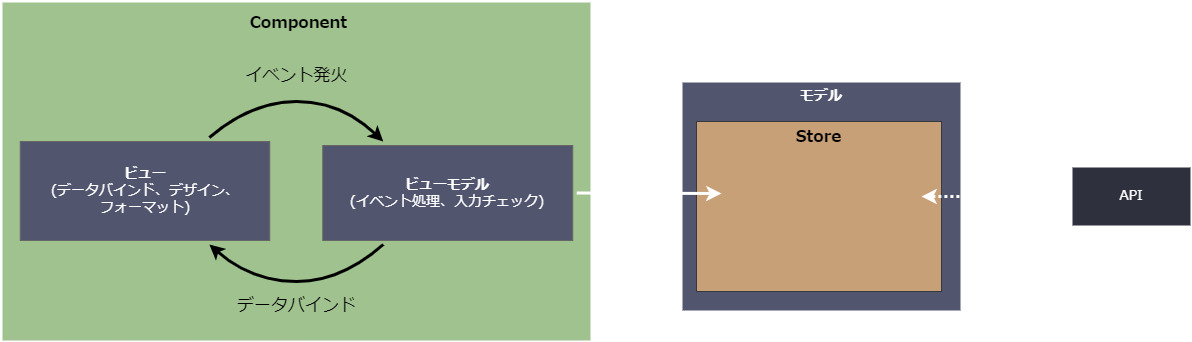
The draw.io diagram documents/contents/images/app-architecture/client-side-rendering/view&viewmodel-component-dark.png in AlesInfiny/maia, before a commit. Source tidied: cells renumbered, new cells last; positions are measured from the earlier drawing's top-left corner, leaving out a move shared by most shapes. Source of this version:
```xml
<mxGraphModel>
  <root>
    <mxCell id="0" />
    <mxCell id="1" parent="0" />
    <mxCell id="2" value="モデル" style="rounded=0;whiteSpace=wrap;html=1;fillColor=#51556E;fontColor=#FFFFFF;strokeColor=#FFFFFF;fontStyle=1;verticalAlign=top;fontSize=14;strokeWidth=2;fontFamily=Noto Sans JP;fontSource=https%3A%2F%2Ffonts.googleapis.com%2Fcss%3Ffamily%3DNoto%2BSans%2BJP;" parent="1" vertex="1">
      <mxGeometry x="680" y="80" width="280" height="230" as="geometry" />
    </mxCell>
    <mxCell id="3" value="&lt;b&gt;Store&lt;/b&gt;" style="rounded=0;whiteSpace=wrap;html=1;fontSize=16;verticalAlign=top;fillColor=#C7A078;strokeColor=#36393d;fontFamily=Noto Sans JP;fontSource=https%3A%2F%2Ffonts.googleapis.com%2Fcss%3Ffamily%3DNoto%2BSans%2BJP;labelBackgroundColor=none;fontColor=#000000;" parent="1" vertex="1">
      <mxGeometry x="695" y="120" width="245" height="170" as="geometry" />
    </mxCell>
    <mxCell id="4" style="endArrow=classic;html=1;fontSize=14;fontFamily=Noto Sans JP;fontSource=https%3A%2F%2Ffonts.googleapis.com%2Fcss%3Ffamily%3DNoto%2BSans%2BJP;exitX=0;exitY=0.5;exitDx=0;exitDy=0;startArrow=classic;startFill=1;dashed=1;strokeWidth=3;dashPattern=1 1;strokeColor=#FFFFFF;" parent="1" edge="1" source="5">
      <mxGeometry relative="1" as="geometry">
        <mxPoint x="920" y="195" as="targetPoint" />
      </mxGeometry>
    </mxCell>
    <mxCell id="5" value="API" style="rounded=0;whiteSpace=wrap;html=1;fontSize=14;fillColor=#2E303E;strokeColor=#FFFFFF;fontFamily=Noto Sans JP;fontSource=https%3A%2F%2Ffonts.googleapis.com%2Fcss%3Ffamily%3DNoto%2BSans%2BJP;fontColor=#FFFFFF;strokeWidth=2;" parent="1" vertex="1">
      <mxGeometry x="1070" y="165" width="120" height="60" as="geometry" />
    </mxCell>
    <mxCell id="6" value="Component" style="rounded=0;whiteSpace=wrap;html=1;align=center;spacingLeft=5;fillColor=#A0C28F;fontColor=#000000;strokeColor=#FFFFFF;verticalAlign=top;fontSize=16;fontFamily=Noto Sans JP;fontSource=https%3A%2F%2Ffonts.googleapis.com%2Fcss%3Ffamily%3DNoto%2BSans%2BJP;fontStyle=1;spacingTop=6;strokeWidth=2;" parent="1" vertex="1">
      <mxGeometry width="590" height="340" as="geometry" />
    </mxCell>
    <mxCell id="7" value="&lt;b&gt;ビュー&lt;/b&gt;&lt;br style=&quot;font-size: 14px&quot;&gt;(データバインド、デザイン、&lt;br&gt;フォーマット)" style="rounded=0;whiteSpace=wrap;html=1;fontSize=14;fontFamily=Noto Sans JP;fontSource=https%3A%2F%2Ffonts.googleapis.com%2Fcss%3Ffamily%3DNoto%2BSans%2BJP;perimeterSpacing=4;fillColor=#51556E;strokeColor=#666666;fontColor=#FFFFFF;" parent="1" vertex="1">
      <mxGeometry x="18.8" y="140" width="249.5" height="99" as="geometry" />
    </mxCell>
    <mxCell id="8" value="&lt;b&gt;ビューモデル&lt;/b&gt;&lt;br style=&quot;font-size: 14px&quot;&gt;(イベント処理、入力チェック)" style="rounded=0;whiteSpace=wrap;html=1;fontSize=14;fontFamily=Noto Sans JP;fontSource=https%3A%2F%2Ffonts.googleapis.com%2Fcss%3Ffamily%3DNoto%2BSans%2BJP;perimeterSpacing=4;fillColor=#51556E;fontColor=#FFFFFF;strokeColor=#666666;" parent="1" vertex="1">
      <mxGeometry x="321.2" y="144" width="250" height="95" as="geometry" />
    </mxCell>
    <mxCell id="9" style="endArrow=classic;html=1;fontSize=14;fontFamily=Noto Sans JP;fontSource=https%3A%2F%2Ffonts.googleapis.com%2Fcss%3Ffamily%3DNoto%2BSans%2BJP;exitX=1;exitY=0.5;exitDx=0;exitDy=0;strokeWidth=3;strokeColor=#FFFFFF;shadow=0;" parent="1" edge="1" source="8">
      <mxGeometry relative="1" as="geometry">
        <mxPoint x="720" y="192" as="targetPoint" />
      </mxGeometry>
    </mxCell>
    <mxCell id="10" style="curved=1;endArrow=classic;html=1;rounded=1;sketch=0;exitX=0.75;exitY=0;exitDx=0;exitDy=0;entryX=0.25;entryY=0;entryDx=0;entryDy=0;strokeWidth=3;strokeColor=#000000;labelBackgroundColor=none;fontColor=#51556E;" parent="1" edge="1" source="7" target="8">
      <mxGeometry relative="1" as="geometry">
        <Array as="points">
          <mxPoint x="250" y="100" />
          <mxPoint x="340" y="100" />
        </Array>
      </mxGeometry>
    </mxCell>
    <mxCell id="11" style="curved=1;endArrow=classic;html=1;rounded=1;sketch=0;exitX=0.25;exitY=1;exitDx=0;exitDy=0;entryX=0.75;entryY=1;entryDx=0;entryDy=0;strokeWidth=3;strokeColor=#000000;" parent="1" edge="1" source="8" target="7">
      <mxGeometry relative="1" as="geometry">
        <Array as="points">
          <mxPoint x="340" y="280" />
          <mxPoint x="250" y="280" />
        </Array>
      </mxGeometry>
    </mxCell>
    <mxCell id="12" value="イベント発火" style="text;html=1;strokeColor=none;fillColor=none;align=center;verticalAlign=middle;whiteSpace=wrap;rounded=0;fontSize=17;fontColor=#000000;" parent="1" vertex="1">
      <mxGeometry x="237.5" y="60" width="115" height="30" as="geometry" />
    </mxCell>
    <mxCell id="13" value="データバインド" style="text;html=1;strokeColor=none;fillColor=none;align=center;verticalAlign=middle;whiteSpace=wrap;rounded=0;fontSize=17;fontColor=#000000;" parent="1" vertex="1">
      <mxGeometry x="228.8" y="290" width="132.5" height="30" as="geometry" />
    </mxCell>
  </root>
</mxGraphModel>
```
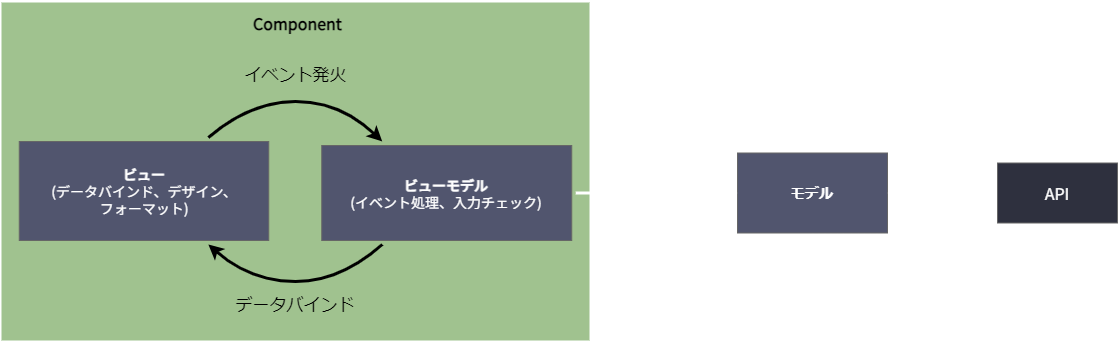
The same file after the commit.

Diff of the diagram source:
```diff
@@ -2,20 +2,6 @@
   <root>
     <mxCell id="0" />
     <mxCell id="1" parent="0" />
-    <mxCell id="2" value="モデル" style="rounded=0;whiteSpace=wrap;html=1;fillColor=#51556E;fontColor=#FFFFFF;strokeColor=#FFFFFF;fontStyle=1;verticalAlign=top;fontSize=14;strokeWidth=2;fontFamily=Noto Sans JP;fontSource=https%3A%2F%2Ffonts.googleapis.com%2Fcss%3Ffamily%3DNoto%2BSans%2BJP;" parent="1" vertex="1">
-      <mxGeometry x="680" y="80" width="280" height="230" as="geometry" />
-    </mxCell>
-    <mxCell id="3" value="&lt;b&gt;Store&lt;/b&gt;" style="rounded=0;whiteSpace=wrap;html=1;fontSize=16;verticalAlign=top;fillColor=#C7A078;strokeColor=#36393d;fontFamily=Noto Sans JP;fontSource=https%3A%2F%2Ffonts.googleapis.com%2Fcss%3Ffamily%3DNoto%2BSans%2BJP;labelBackgroundColor=none;fontColor=#000000;" parent="1" vertex="1">
-      <mxGeometry x="695" y="120" width="245" height="170" as="geometry" />
-    </mxCell>
-    <mxCell id="4" style="endArrow=classic;html=1;fontSize=14;fontFamily=Noto Sans JP;fontSource=https%3A%2F%2Ffonts.googleapis.com%2Fcss%3Ffamily%3DNoto%2BSans%2BJP;exitX=0;exitY=0.5;exitDx=0;exitDy=0;startArrow=classic;startFill=1;dashed=1;strokeWidth=3;dashPattern=1 1;strokeColor=#FFFFFF;" parent="1" edge="1" source="5">
-      <mxGeometry relative="1" as="geometry">
-        <mxPoint x="920" y="195" as="targetPoint" />
-      </mxGeometry>
-    </mxCell>
-    <mxCell id="5" value="API" style="rounded=0;whiteSpace=wrap;html=1;fontSize=14;fillColor=#2E303E;strokeColor=#FFFFFF;fontFamily=Noto Sans JP;fontSource=https%3A%2F%2Ffonts.googleapis.com%2Fcss%3Ffamily%3DNoto%2BSans%2BJP;fontColor=#FFFFFF;strokeWidth=2;" parent="1" vertex="1">
-      <mxGeometry x="1070" y="165" width="120" height="60" as="geometry" />
-    </mxCell>
     <mxCell id="6" value="Component" style="rounded=0;whiteSpace=wrap;html=1;align=center;spacingLeft=5;fillColor=#A0C28F;fontColor=#000000;strokeColor=#FFFFFF;verticalAlign=top;fontSize=16;fontFamily=Noto Sans JP;fontSource=https%3A%2F%2Ffonts.googleapis.com%2Fcss%3Ffamily%3DNoto%2BSans%2BJP;fontStyle=1;spacingTop=6;strokeWidth=2;" parent="1" vertex="1">
       <mxGeometry width="590" height="340" as="geometry" />
     </mxCell>
@@ -25,11 +11,6 @@
     <mxCell id="8" value="&lt;b&gt;ビューモデル&lt;/b&gt;&lt;br style=&quot;font-size: 14px&quot;&gt;(イベント処理、入力チェック)" style="rounded=0;whiteSpace=wrap;html=1;fontSize=14;fontFamily=Noto Sans JP;fontSource=https%3A%2F%2Ffonts.googleapis.com%2Fcss%3Ffamily%3DNoto%2BSans%2BJP;perimeterSpacing=4;fillColor=#51556E;fontColor=#FFFFFF;strokeColor=#666666;" parent="1" vertex="1">
       <mxGeometry x="321.2" y="144" width="250" height="95" as="geometry" />
     </mxCell>
-    <mxCell id="9" style="endArrow=classic;html=1;fontSize=14;fontFamily=Noto Sans JP;fontSource=https%3A%2F%2Ffonts.googleapis.com%2Fcss%3Ffamily%3DNoto%2BSans%2BJP;exitX=1;exitY=0.5;exitDx=0;exitDy=0;strokeWidth=3;strokeColor=#FFFFFF;shadow=0;" parent="1" edge="1" source="8">
-      <mxGeometry relative="1" as="geometry">
-        <mxPoint x="720" y="192" as="targetPoint" />
-      </mxGeometry>
-    </mxCell>
     <mxCell id="10" style="curved=1;endArrow=classic;html=1;rounded=1;sketch=0;exitX=0.75;exitY=0;exitDx=0;exitDy=0;entryX=0.25;entryY=0;entryDx=0;entryDy=0;strokeWidth=3;strokeColor=#000000;labelBackgroundColor=none;fontColor=#51556E;" parent="1" edge="1" source="7" target="8">
       <mxGeometry relative="1" as="geometry">
         <Array as="points">
@@ -52,5 +33,21 @@
     <mxCell id="13" value="データバインド" style="text;html=1;strokeColor=none;fillColor=none;align=center;verticalAlign=middle;whiteSpace=wrap;rounded=0;fontSize=17;fontColor=#000000;" parent="1" vertex="1">
       <mxGeometry x="228.8" y="290" width="132.5" height="30" as="geometry" />
     </mxCell>
+    <mxCell id="2" value="モデル" style="rounded=0;whiteSpace=wrap;html=1;fillColor=#51556e;fontColor=#FFFFFF;strokeColor=#666666;fontStyle=1;verticalAlign=middle;fontSize=14;" parent="1" vertex="1">
+      <mxGeometry x="737" y="151.5" width="150" height="80" as="geometry" />
+    </mxCell>
+    <mxCell id="14" style="endArrow=classic;html=1;fontSize=14;fontFamily=Noto Sans JP;fontSource=https%3A%2F%2Ffonts.googleapis.com%2Fcss%3Ffamily%3DNoto%2BSans%2BJP;exitX=0;exitY=0.5;exitDx=0;exitDy=0;startArrow=classic;startFill=1;dashed=1;strokeWidth=6;dashPattern=1 1;strokeColor=#FFFFFF;" parent="1" edge="1" source="5">
+      <mxGeometry relative="1" as="geometry">
+        <mxPoint x="887" y="191.5" as="targetPoint" />
+      </mxGeometry>
+    </mxCell>
+    <mxCell id="5" value="API" style="rounded=0;whiteSpace=wrap;html=1;fontSize=16;fillColor=#2e303e;strokeColor=#666666;fontFamily=Noto Sans JP;fontSource=https%3A%2F%2Ffonts.googleapis.com%2Fcss%3Ffamily%3DNoto%2BSans%2BJP;fontColor=#FFFFFF;" parent="1" vertex="1">
+      <mxGeometry x="997" y="161.5" width="120" height="60" as="geometry" />
+    </mxCell>
+    <mxCell id="15" style="endArrow=classic;html=1;fontSize=14;fontFamily=Noto Sans JP;fontSource=https%3A%2F%2Ffonts.googleapis.com%2Fcss%3Ffamily%3DNoto%2BSans%2BJP;exitX=1;exitY=0.5;exitDx=0;exitDy=0;strokeWidth=3;entryX=0;entryY=0.5;entryDx=0;entryDy=0;strokeColor=#FFFFFF;" parent="1" edge="1" target="2">
+      <mxGeometry relative="1" as="geometry">
+        <mxPoint x="575.2" y="191.5" as="sourcePoint" />
+      </mxGeometry>
+    </mxCell>
   </root>
 </mxGraphModel>
```
